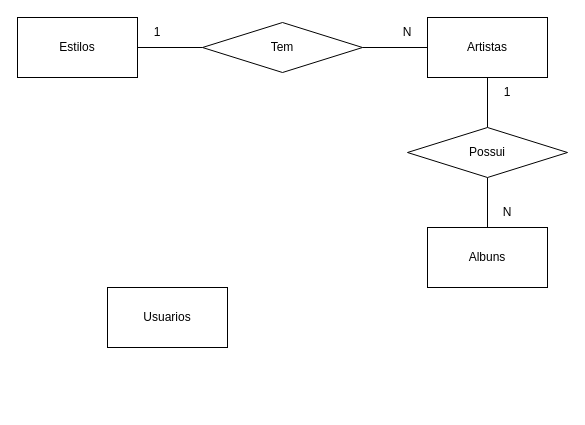
Above: page "conceitual" (2 of 2) of sprint-1-bd/exercicios/optus/optus.drawio in corujasdevbr/senai-desenvolvimento-2s2019 (draw.io), before the change. Source tidied: cells renumbered, new cells numbered last; positions are measured from the earlier drawing's top-left corner, leaving out a move shared by most shapes. Both pictures are drawn from the tidied source at 100%, with x=0, y=0 at pixel (17, 17).
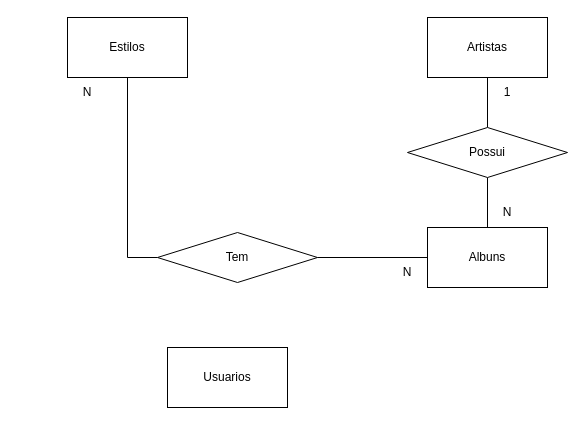
Above is the later version.

The edit, as a diff of the source:
```diff
@@
 <mxGraphModel>
   <root>
     <mxCell id="0" />
     <mxCell id="1" parent="0" />
     <mxCell id="2" style="edgeStyle=orthogonalEdgeStyle;rounded=0;jettySize=auto;html=1;entryX=0;entryY=0.5;entryDx=0;entryDy=0;endArrow=none;endFill=0;" parent="1" edge="1" source="3" target="9">
       <mxGeometry relative="1" as="geometry" />
     </mxCell>
     <mxCell id="3" value="Estilos" style="rounded=0;whiteSpace=wrap;html=1;" parent="1" vertex="1">
-      <mxGeometry width="120" height="60" as="geometry" />
+      <mxGeometry x="50" width="120" height="60" as="geometry" />
     </mxCell>
     <mxCell id="4" style="edgeStyle=orthogonalEdgeStyle;rounded=0;jettySize=auto;html=1;entryX=0.5;entryY=0;entryDx=0;entryDy=0;endArrow=none;endFill=0;" parent="1" edge="1" source="5" target="11">
       <mxGeometry relative="1" as="geometry" />
     </mxCell>
     <mxCell id="5" value="Artistas" style="rounded=0;whiteSpace=wrap;html=1;" parent="1" vertex="1">
       <mxGeometry x="410" width="120" height="60" as="geometry" />
     </mxCell>
     <mxCell id="6" value="Albuns" style="rounded=0;whiteSpace=wrap;html=1;" parent="1" vertex="1">
       <mxGeometry x="410" y="210" width="120" height="60" as="geometry" />
     </mxCell>
     <mxCell id="7" value="Usuarios" style="rounded=0;whiteSpace=wrap;html=1;" parent="1" vertex="1">
-      <mxGeometry x="90" y="270" width="120" height="60" as="geometry" />
+      <mxGeometry x="150" y="330" width="120" height="60" as="geometry" />
     </mxCell>
-    <mxCell id="8" style="edgeStyle=orthogonalEdgeStyle;rounded=0;jettySize=auto;html=1;entryX=0;entryY=0.5;entryDx=0;entryDy=0;endArrow=none;endFill=0;" parent="1" edge="1" source="9" target="5">
+    <mxCell id="8" style="edgeStyle=orthogonalEdgeStyle;rounded=0;jettySize=auto;html=1;entryX=0;entryY=0.5;entryDx=0;entryDy=0;endArrow=none;endFill=0;" parent="1" edge="1" source="9" target="6">
       <mxGeometry relative="1" as="geometry" />
     </mxCell>
     <mxCell id="9" value="Tem" style="rhombus;whiteSpace=wrap;html=1;" parent="1" vertex="1">
-      <mxGeometry x="185" y="5" width="160" height="50" as="geometry" />
+      <mxGeometry x="140" y="215" width="160" height="50" as="geometry" />
     </mxCell>
     <mxCell id="10" style="edgeStyle=orthogonalEdgeStyle;rounded=0;jettySize=auto;html=1;endArrow=none;endFill=0;" parent="1" edge="1" source="11" target="6">
       <mxGeometry relative="1" as="geometry" />
     </mxCell>
     <mxCell id="11" value="Possui" style="rhombus;whiteSpace=wrap;html=1;" parent="1" vertex="1">
       <mxGeometry x="390" y="110" width="160" height="50" as="geometry" />
     </mxCell>
-    <mxCell id="12" value="1" style="text;html=1;strokeColor=none;fillColor=none;align=center;verticalAlign=middle;whiteSpace=wrap;rounded=0;" parent="1" vertex="1">
-      <mxGeometry x="120" width="40" height="30" as="geometry" />
+    <mxCell id="12" value="N" style="text;html=1;strokeColor=none;fillColor=none;align=center;verticalAlign=middle;whiteSpace=wrap;rounded=0;" parent="1" vertex="1">
+      <mxGeometry x="50" y="60" width="40" height="30" as="geometry" />
     </mxCell>
     <mxCell id="13" value="N" style="text;html=1;strokeColor=none;fillColor=none;align=center;verticalAlign=middle;whiteSpace=wrap;rounded=0;" parent="1" vertex="1">
-      <mxGeometry x="370" width="40" height="30" as="geometry" />
+      <mxGeometry x="370" y="240" width="40" height="30" as="geometry" />
     </mxCell>
     <mxCell id="14" value="1" style="text;html=1;strokeColor=none;fillColor=none;align=center;verticalAlign=middle;whiteSpace=wrap;rounded=0;" parent="1" vertex="1">
       <mxGeometry x="470" y="60" width="40" height="30" as="geometry" />
     </mxCell>
     <mxCell id="15" value="N" style="text;html=1;strokeColor=none;fillColor=none;align=center;verticalAlign=middle;whiteSpace=wrap;rounded=0;" parent="1" vertex="1">
       <mxGeometry x="470" y="180" width="40" height="30" as="geometry" />
     </mxCell>
   </root>
 </mxGraphModel>
```
